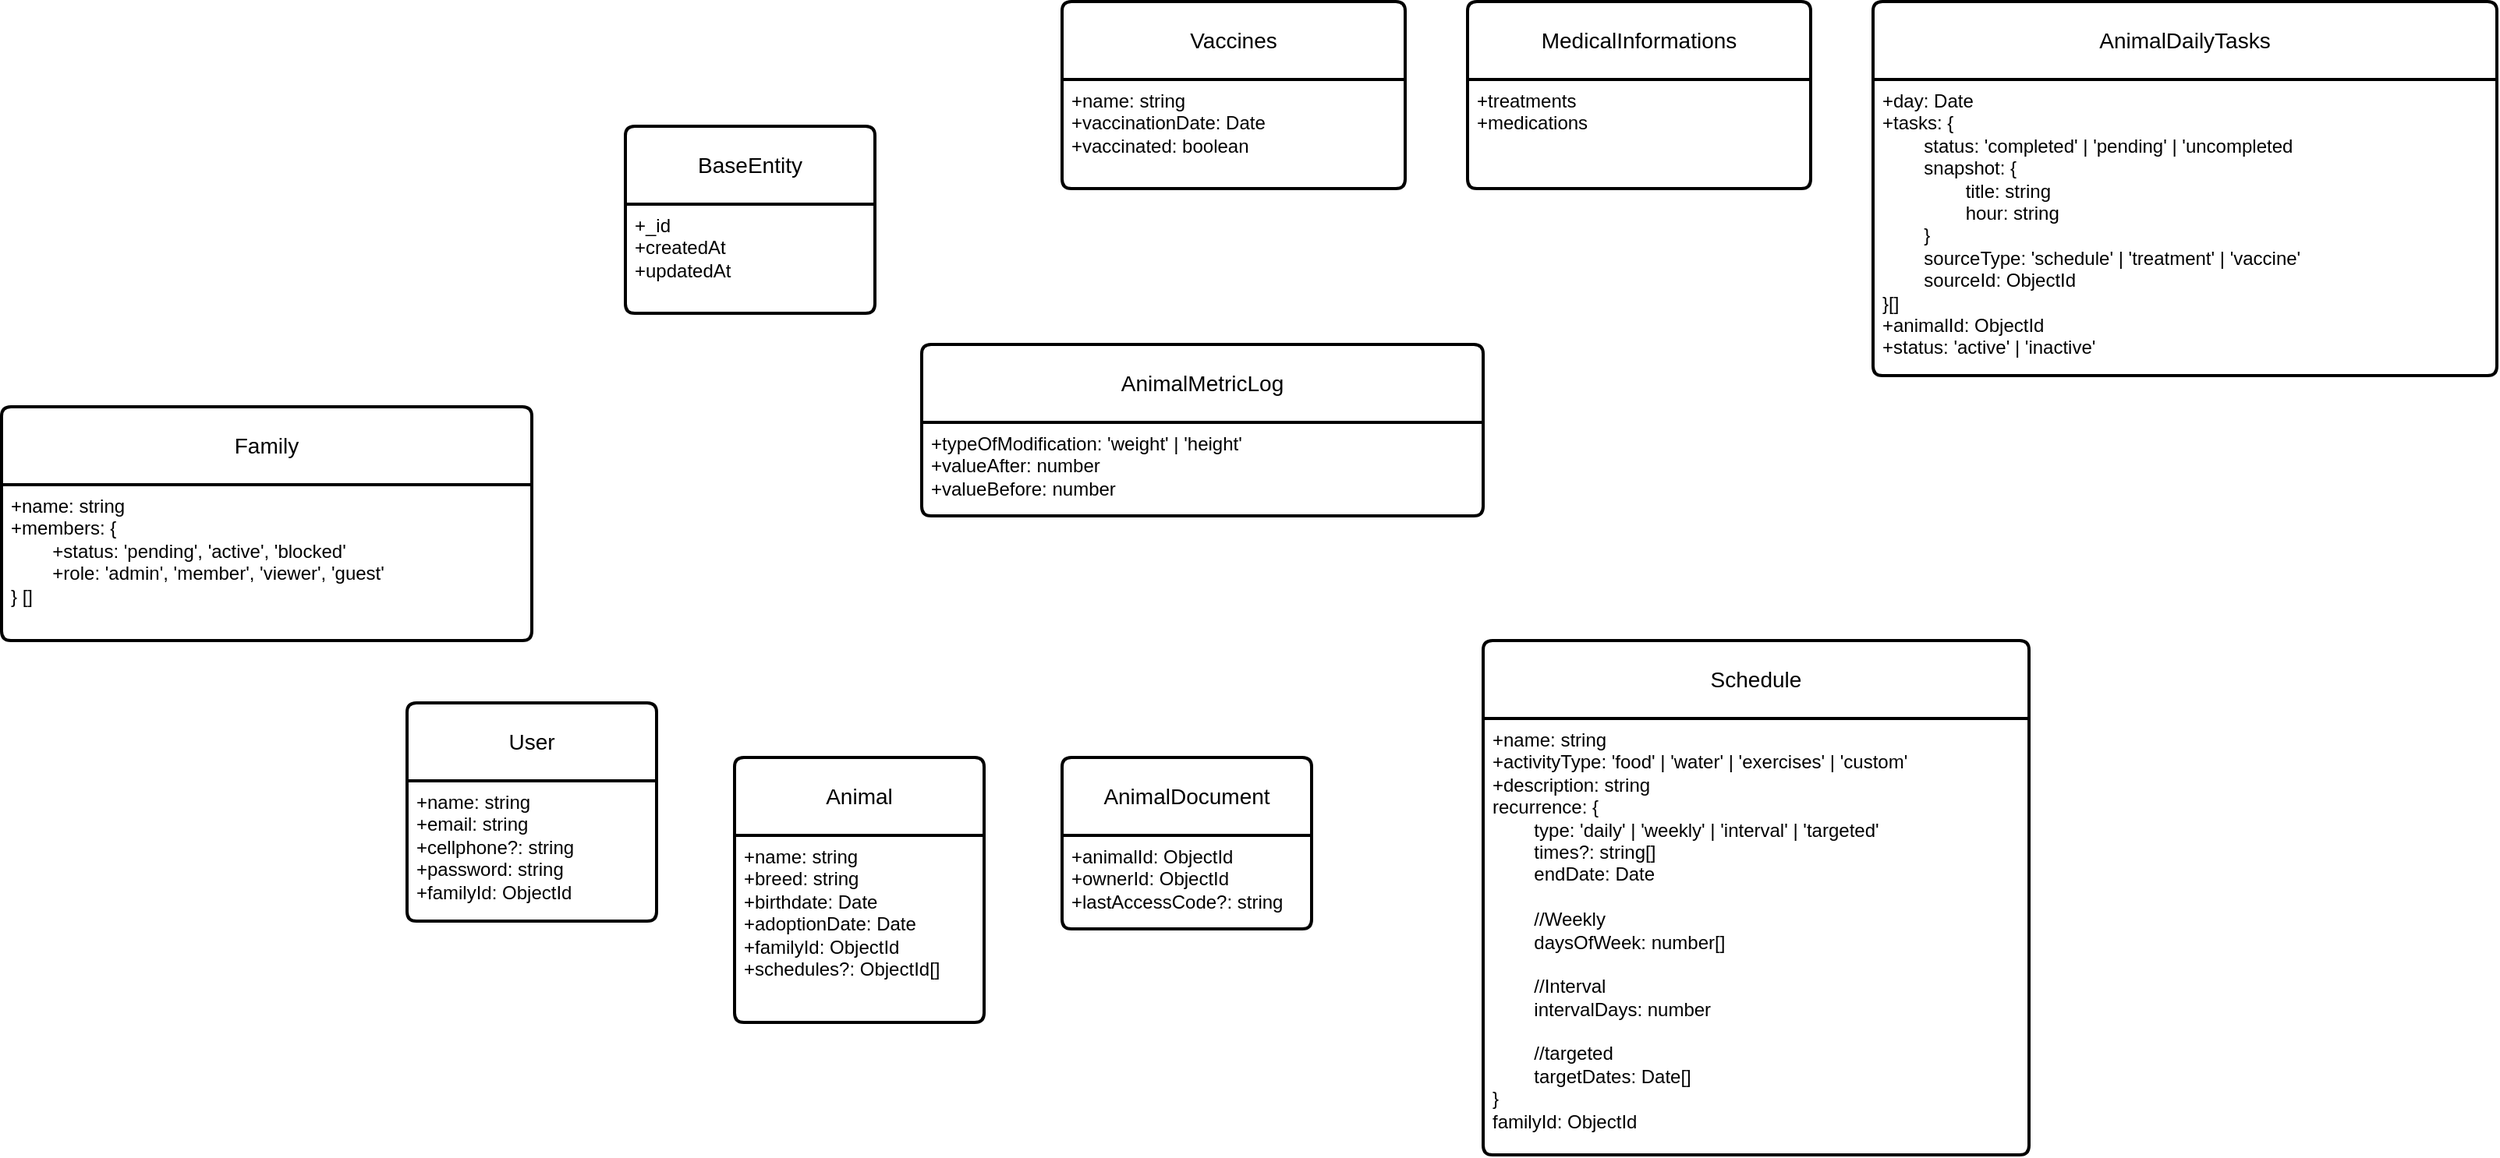
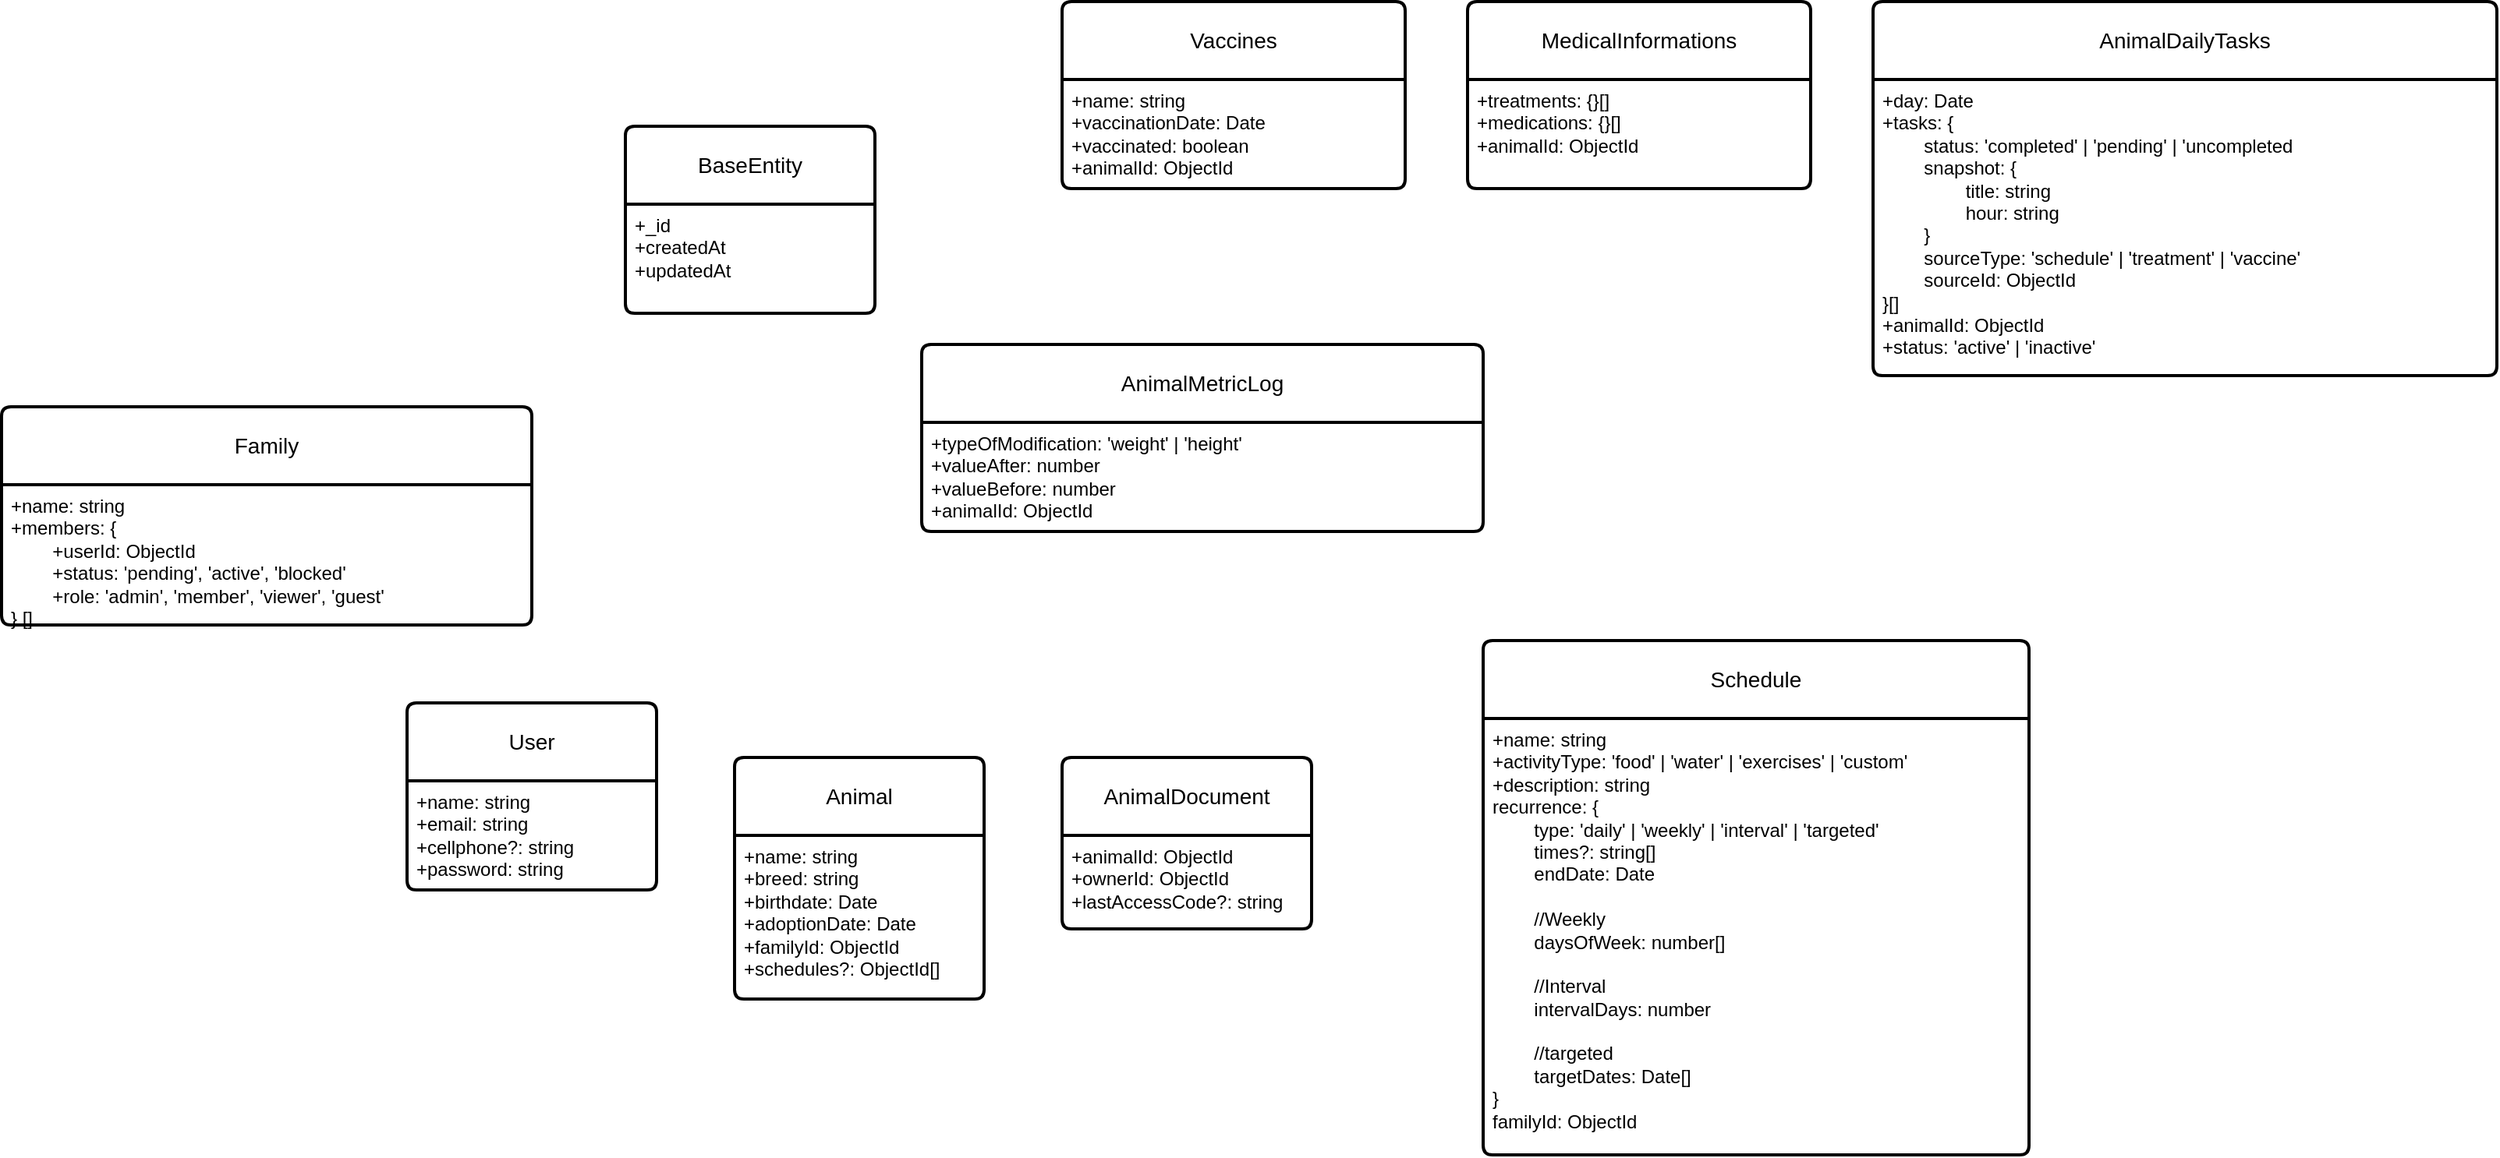
<mxfile host="app.diagrams.net">
  <diagram name="Página-1" id="UP7k713X2tn1_7i-ycOS">
-     <mxGraphModel dx="1486" dy="1508" grid="1" gridSize="10" guides="1" tooltips="1" connect="1" arrows="1" fold="1" page="1" pageScale="1" pageWidth="827" pageHeight="1169" math="0" shadow="0">
+     <mxGraphModel dx="2464" dy="2010" grid="1" gridSize="10" guides="1" tooltips="1" connect="1" arrows="1" fold="1" page="1" pageScale="1" pageWidth="827" pageHeight="1169" math="0" shadow="0">
      <root>
        <mxCell id="0" />
        <mxCell id="1" parent="0" />
        <mxCell id="do_SDq9r3reZLMD3S4qi-10" edge="1" parent="1" source="do_SDq9r3reZLMD3S4qi-7" style="edgeStyle=orthogonalEdgeStyle;rounded=0;orthogonalLoop=1;jettySize=auto;html=1;exitX=0.75;exitY=0;exitDx=0;exitDy=0;" target="do_SDq9r3reZLMD3S4qi-6">
          <mxGeometry relative="1" as="geometry" />
        </mxCell>
        <mxCell id="do_SDq9r3reZLMD3S4qi-2" parent="1" style="swimlane;childLayout=stackLayout;horizontal=1;startSize=50;horizontalStack=0;rounded=1;fontSize=14;fontStyle=0;strokeWidth=2;resizeParent=0;resizeLast=1;shadow=0;dashed=0;align=center;arcSize=4;whiteSpace=wrap;html=1;" value="User" vertex="1">
-           <mxGeometry height="140" width="160" x="160" y="210" as="geometry">
+           <mxGeometry height="120" width="160" x="160" y="210" as="geometry">
            <mxRectangle height="50" width="70" x="220" y="260" as="alternateBounds" />
          </mxGeometry>
        </mxCell>
-         <mxCell id="do_SDq9r3reZLMD3S4qi-3" parent="do_SDq9r3reZLMD3S4qi-2" style="align=left;strokeColor=none;fillColor=none;spacingLeft=4;spacingRight=4;fontSize=12;verticalAlign=top;resizable=0;rotatable=0;part=1;html=1;whiteSpace=wrap;" value="+name: string&lt;br&gt;+email: string&lt;div&gt;+cellphone?: string&lt;br&gt;+password: string&lt;div&gt;+familyId: ObjectId&lt;/div&gt;&lt;/div&gt;" vertex="1">
-           <mxGeometry height="90" width="160" y="50" as="geometry" />
+         <mxCell id="do_SDq9r3reZLMD3S4qi-3" parent="do_SDq9r3reZLMD3S4qi-2" style="align=left;strokeColor=none;fillColor=none;spacingLeft=4;spacingRight=4;fontSize=12;verticalAlign=top;resizable=0;rotatable=0;part=1;html=1;whiteSpace=wrap;" value="+name: string&lt;br&gt;+email: string&lt;div&gt;+cellphone?: string&lt;br&gt;+password: string&lt;/div&gt;" vertex="1">
+           <mxGeometry height="70" width="160" y="50" as="geometry" />
        </mxCell>
        <mxCell id="do_SDq9r3reZLMD3S4qi-4" parent="1" style="swimlane;childLayout=stackLayout;horizontal=1;startSize=50;horizontalStack=0;rounded=1;fontSize=14;fontStyle=0;strokeWidth=2;resizeParent=0;resizeLast=1;shadow=0;dashed=0;align=center;arcSize=4;whiteSpace=wrap;html=1;" value="Animal" vertex="1">
-           <mxGeometry height="170" width="160" x="370" y="245" as="geometry" />
+           <mxGeometry height="155" width="160" x="370" y="245" as="geometry" />
        </mxCell>
        <mxCell id="do_SDq9r3reZLMD3S4qi-5" parent="do_SDq9r3reZLMD3S4qi-4" style="align=left;strokeColor=none;fillColor=none;spacingLeft=4;spacingRight=4;fontSize=12;verticalAlign=top;resizable=0;rotatable=0;part=1;html=1;whiteSpace=wrap;" value="+name: string&lt;br&gt;+breed: string&lt;br&gt;+birthdate: Date&lt;div&gt;+adoptionDate: Date&lt;/div&gt;&lt;div&gt;+familyId: ObjectId&lt;/div&gt;&lt;div&gt;+schedules?: ObjectId[]&lt;br&gt;&lt;/div&gt;" vertex="1">
-           <mxGeometry height="120" width="160" y="50" as="geometry" />
+           <mxGeometry height="105" width="160" y="50" as="geometry" />
        </mxCell>
        <mxCell id="do_SDq9r3reZLMD3S4qi-6" parent="1" style="swimlane;childLayout=stackLayout;horizontal=1;startSize=50;horizontalStack=0;rounded=1;fontSize=14;fontStyle=0;strokeWidth=2;resizeParent=0;resizeLast=1;shadow=0;dashed=0;align=center;arcSize=4;whiteSpace=wrap;html=1;" value="BaseEntity" vertex="1">
          <mxGeometry height="120" width="160" x="300" y="-160" as="geometry" />
        </mxCell>
        <mxCell id="do_SDq9r3reZLMD3S4qi-7" parent="do_SDq9r3reZLMD3S4qi-6" style="align=left;strokeColor=none;fillColor=none;spacingLeft=4;spacingRight=4;fontSize=12;verticalAlign=top;resizable=0;rotatable=0;part=1;html=1;whiteSpace=wrap;" value="+_id&lt;br&gt;+createdAt&lt;br&gt;+updatedAt" vertex="1">
          <mxGeometry height="70" width="160" y="50" as="geometry" />
        </mxCell>
        <mxCell id="S2RuwkD74a4t5puW_1cQ-2" parent="1" style="swimlane;childLayout=stackLayout;horizontal=1;startSize=50;horizontalStack=0;rounded=1;fontSize=14;fontStyle=0;strokeWidth=2;resizeParent=0;resizeLast=1;shadow=0;dashed=0;align=center;arcSize=4;whiteSpace=wrap;html=1;" value="Family" vertex="1">
-           <mxGeometry height="150" width="340" x="-100" y="20" as="geometry" />
+           <mxGeometry height="140" width="340" x="-100" y="20" as="geometry" />
        </mxCell>
-         <mxCell id="S2RuwkD74a4t5puW_1cQ-3" parent="S2RuwkD74a4t5puW_1cQ-2" style="align=left;strokeColor=none;fillColor=none;spacingLeft=4;spacingRight=4;fontSize=12;verticalAlign=top;resizable=0;rotatable=0;part=1;html=1;whiteSpace=wrap;" value="&lt;div&gt;+name: string&lt;/div&gt;+members: {&lt;div&gt;&lt;span style=&quot;background-color: transparent; color: light-dark(rgb(0, 0, 0), rgb(255, 255, 255));&quot;&gt;&lt;span style=&quot;white-space: pre;&quot;&gt;&#x9;&lt;/span&gt;+status: &#39;pending&#39;, &#39;active&#39;, &#39;blocked&#39;&lt;/span&gt;&lt;br&gt;&lt;span style=&quot;white-space: pre;&quot;&gt;&#x9;&lt;/span&gt;+role: &#39;admin&#39;, &#39;member&#39;, &#39;viewer&#39;, &#39;guest&#39;&lt;br&gt;&lt;div&gt;&lt;span style=&quot;background-color: transparent; color: light-dark(rgb(0, 0, 0), rgb(255, 255, 255));&quot;&gt;} []&lt;/span&gt;&lt;/div&gt;&lt;div&gt;&lt;div&gt;&lt;br&gt;&lt;/div&gt;&lt;/div&gt;&lt;/div&gt;" vertex="1">
-           <mxGeometry height="100" width="340" y="50" as="geometry" />
+         <mxCell id="S2RuwkD74a4t5puW_1cQ-3" parent="S2RuwkD74a4t5puW_1cQ-2" style="align=left;strokeColor=none;fillColor=none;spacingLeft=4;spacingRight=4;fontSize=12;verticalAlign=top;resizable=0;rotatable=0;part=1;html=1;whiteSpace=wrap;" value="&lt;div&gt;+name: string&lt;/div&gt;+members: {&lt;div&gt;&lt;span style=&quot;white-space: pre;&quot;&gt;&#x9;&lt;/span&gt;+userId: ObjectId&lt;br&gt;&lt;div&gt;&lt;span style=&quot;background-color: transparent; color: light-dark(rgb(0, 0, 0), rgb(255, 255, 255));&quot;&gt;&lt;span style=&quot;white-space: pre;&quot;&gt;&#x9;&lt;/span&gt;+status: &#39;pending&#39;, &#39;active&#39;, &#39;blocked&#39;&lt;/span&gt;&lt;br&gt;&lt;span style=&quot;white-space: pre;&quot;&gt;&#x9;&lt;/span&gt;+role: &#39;admin&#39;, &#39;member&#39;, &#39;viewer&#39;, &#39;guest&#39;&lt;br&gt;&lt;div&gt;&lt;span style=&quot;background-color: transparent; color: light-dark(rgb(0, 0, 0), rgb(255, 255, 255));&quot;&gt;} []&lt;/span&gt;&lt;/div&gt;&lt;div&gt;&lt;div&gt;&lt;br&gt;&lt;/div&gt;&lt;/div&gt;&lt;/div&gt;&lt;/div&gt;" vertex="1">
+           <mxGeometry height="90" width="340" y="50" as="geometry" />
        </mxCell>
        <mxCell id="S2RuwkD74a4t5puW_1cQ-4" parent="1" style="swimlane;childLayout=stackLayout;horizontal=1;startSize=50;horizontalStack=0;rounded=1;fontSize=14;fontStyle=0;strokeWidth=2;resizeParent=0;resizeLast=1;shadow=0;dashed=0;align=center;arcSize=4;whiteSpace=wrap;html=1;" value="Schedule" vertex="1">
          <mxGeometry height="330" width="350" x="850" y="170" as="geometry" />
        </mxCell>
        <mxCell id="S2RuwkD74a4t5puW_1cQ-5" parent="S2RuwkD74a4t5puW_1cQ-4" style="align=left;strokeColor=none;fillColor=none;spacingLeft=4;spacingRight=4;fontSize=12;verticalAlign=top;resizable=0;rotatable=0;part=1;html=1;whiteSpace=wrap;" value="+name: string&lt;br&gt;+activityType: &#39;food&#39; | &#39;water&#39; | &#39;exercises&#39; | &#39;custom&#39;&lt;div&gt;&lt;div&gt;+description: string&lt;/div&gt;&lt;div&gt;recurrence: {&lt;/div&gt;&lt;/div&gt;&lt;div&gt;&lt;span style=&quot;white-space: pre;&quot;&gt;&#x9;t&lt;/span&gt;ype: &#39;daily&#39; | &#39;weekly&#39; | &#39;interval&#39; | &#39;targeted&#39;&lt;/div&gt;&lt;div&gt;&lt;span style=&quot;white-space: pre;&quot;&gt;&#x9;&lt;/span&gt;times?: string[]&lt;/div&gt;&lt;div&gt;&lt;span style=&quot;white-space: pre;&quot;&gt;&#x9;&lt;/span&gt;endDate: Date&lt;/div&gt;&lt;div&gt;&lt;br&gt;&lt;/div&gt;&lt;div&gt;&lt;span style=&quot;white-space: pre;&quot;&gt;&#x9;&lt;/span&gt;//Weekly&lt;br&gt;&lt;/div&gt;&lt;div&gt;&lt;span style=&quot;white-space: pre;&quot;&gt;&#x9;&lt;/span&gt;daysOfWeek: number[]&lt;br&gt;&lt;/div&gt;&lt;div&gt;&lt;br&gt;&lt;/div&gt;&lt;div&gt;&lt;span style=&quot;white-space: pre;&quot;&gt;&#x9;&lt;/span&gt;//Interval&lt;br&gt;&lt;/div&gt;&lt;div&gt;&lt;span style=&quot;white-space: pre;&quot;&gt;&#x9;&lt;/span&gt;intervalDays: number&lt;/div&gt;&lt;div&gt;&lt;br&gt;&lt;/div&gt;&lt;div&gt;&lt;span style=&quot;white-space: pre;&quot;&gt;&#x9;&lt;/span&gt;//targeted&lt;br&gt;&lt;/div&gt;&lt;div&gt;&lt;span style=&quot;white-space: pre;&quot;&gt;&#x9;&lt;/span&gt;targetDates: Date[]&lt;br&gt;&lt;/div&gt;&lt;div&gt;&lt;span style=&quot;background-color: transparent; color: light-dark(rgb(0, 0, 0), rgb(255, 255, 255));&quot;&gt;}&lt;/span&gt;&lt;/div&gt;&lt;div&gt;&lt;span style=&quot;background-color: transparent; color: light-dark(rgb(0, 0, 0), rgb(255, 255, 255));&quot;&gt;familyId: ObjectId&lt;/span&gt;&lt;/div&gt;" vertex="1">
          <mxGeometry height="280" width="350" y="50" as="geometry" />
        </mxCell>
        <mxCell id="S2RuwkD74a4t5puW_1cQ-12" parent="1" style="swimlane;childLayout=stackLayout;horizontal=1;startSize=50;horizontalStack=0;rounded=1;fontSize=14;fontStyle=0;strokeWidth=2;resizeParent=0;resizeLast=1;shadow=0;dashed=0;align=center;arcSize=4;whiteSpace=wrap;html=1;" value="AnimalMetricLog" vertex="1">
-           <mxGeometry height="110" width="360" x="490" y="-20" as="geometry" />
+           <mxGeometry height="120" width="360" x="490" y="-20" as="geometry" />
        </mxCell>
-         <mxCell id="S2RuwkD74a4t5puW_1cQ-13" parent="S2RuwkD74a4t5puW_1cQ-12" style="align=left;strokeColor=none;fillColor=none;spacingLeft=4;spacingRight=4;fontSize=12;verticalAlign=top;resizable=0;rotatable=0;part=1;html=1;whiteSpace=wrap;" value="+typeOfModification: &#39;weight&#39; | &#39;height&#39;&lt;br&gt;+valueAfter: number&lt;br&gt;&lt;div&gt;+valueBefore: number&lt;/div&gt;&lt;div&gt;&lt;div&gt;&lt;br&gt;&lt;/div&gt;&lt;/div&gt;" vertex="1">
-           <mxGeometry height="60" width="360" y="50" as="geometry" />
+         <mxCell id="S2RuwkD74a4t5puW_1cQ-13" parent="S2RuwkD74a4t5puW_1cQ-12" style="align=left;strokeColor=none;fillColor=none;spacingLeft=4;spacingRight=4;fontSize=12;verticalAlign=top;resizable=0;rotatable=0;part=1;html=1;whiteSpace=wrap;" value="+typeOfModification: &#39;weight&#39; | &#39;height&#39;&lt;br&gt;+valueAfter: number&lt;br&gt;&lt;div&gt;+valueBefore: number&lt;/div&gt;&lt;div&gt;+animalId: ObjectId&lt;/div&gt;&lt;div&gt;&lt;div&gt;&lt;br&gt;&lt;/div&gt;&lt;/div&gt;" vertex="1">
+           <mxGeometry height="70" width="360" y="50" as="geometry" />
        </mxCell>
        <mxCell id="S2RuwkD74a4t5puW_1cQ-15" parent="1" style="swimlane;childLayout=stackLayout;horizontal=1;startSize=50;horizontalStack=0;rounded=1;fontSize=14;fontStyle=0;strokeWidth=2;resizeParent=0;resizeLast=1;shadow=0;dashed=0;align=center;arcSize=4;whiteSpace=wrap;html=1;" value="AnimalDocument" vertex="1">
          <mxGeometry height="110" width="160" x="580" y="245" as="geometry" />
        </mxCell>
        <mxCell id="S2RuwkD74a4t5puW_1cQ-16" parent="S2RuwkD74a4t5puW_1cQ-15" style="align=left;strokeColor=none;fillColor=none;spacingLeft=4;spacingRight=4;fontSize=12;verticalAlign=top;resizable=0;rotatable=0;part=1;html=1;whiteSpace=wrap;" value="+animalId: ObjectId&lt;br&gt;+ownerId: ObjectId&lt;br&gt;+lastAccessCode?: string" vertex="1">
          <mxGeometry height="60" width="160" y="50" as="geometry" />
        </mxCell>
        <mxCell id="S2RuwkD74a4t5puW_1cQ-18" parent="1" style="swimlane;childLayout=stackLayout;horizontal=1;startSize=50;horizontalStack=0;rounded=1;fontSize=14;fontStyle=0;strokeWidth=2;resizeParent=0;resizeLast=1;shadow=0;dashed=0;align=center;arcSize=4;whiteSpace=wrap;html=1;" value="Vaccines" vertex="1">
          <mxGeometry height="120" width="220" x="580" y="-240" as="geometry" />
        </mxCell>
-         <mxCell id="S2RuwkD74a4t5puW_1cQ-19" parent="S2RuwkD74a4t5puW_1cQ-18" style="align=left;strokeColor=none;fillColor=none;spacingLeft=4;spacingRight=4;fontSize=12;verticalAlign=top;resizable=0;rotatable=0;part=1;html=1;whiteSpace=wrap;" value="+name: string&lt;br&gt;+vaccinationDate: Date&lt;div&gt;+vaccinated: boolean&lt;/div&gt;" vertex="1">
+         <mxCell id="S2RuwkD74a4t5puW_1cQ-19" parent="S2RuwkD74a4t5puW_1cQ-18" style="align=left;strokeColor=none;fillColor=none;spacingLeft=4;spacingRight=4;fontSize=12;verticalAlign=top;resizable=0;rotatable=0;part=1;html=1;whiteSpace=wrap;" value="+name: string&lt;br&gt;+vaccinationDate: Date&lt;div&gt;+vaccinated: boolean&lt;/div&gt;&lt;div&gt;+animalId: ObjectId&lt;/div&gt;" vertex="1">
          <mxGeometry height="70" width="220" y="50" as="geometry" />
        </mxCell>
        <mxCell id="S2RuwkD74a4t5puW_1cQ-20" parent="1" style="swimlane;childLayout=stackLayout;horizontal=1;startSize=50;horizontalStack=0;rounded=1;fontSize=14;fontStyle=0;strokeWidth=2;resizeParent=0;resizeLast=1;shadow=0;dashed=0;align=center;arcSize=4;whiteSpace=wrap;html=1;" value="MedicalInformations" vertex="1">
          <mxGeometry height="120" width="220" x="840" y="-240" as="geometry" />
        </mxCell>
-         <mxCell id="S2RuwkD74a4t5puW_1cQ-21" parent="S2RuwkD74a4t5puW_1cQ-20" style="align=left;strokeColor=none;fillColor=none;spacingLeft=4;spacingRight=4;fontSize=12;verticalAlign=top;resizable=0;rotatable=0;part=1;html=1;whiteSpace=wrap;" value="+treatments&lt;div&gt;+medications&lt;/div&gt;" vertex="1">
+         <mxCell id="S2RuwkD74a4t5puW_1cQ-21" parent="S2RuwkD74a4t5puW_1cQ-20" style="align=left;strokeColor=none;fillColor=none;spacingLeft=4;spacingRight=4;fontSize=12;verticalAlign=top;resizable=0;rotatable=0;part=1;html=1;whiteSpace=wrap;" value="+treatments: {}[]&lt;div&gt;+medications: {}[]&lt;/div&gt;&lt;div&gt;+animalId: ObjectId&lt;/div&gt;" vertex="1">
          <mxGeometry height="70" width="220" y="50" as="geometry" />
        </mxCell>
        <mxCell id="S2RuwkD74a4t5puW_1cQ-22" parent="1" style="swimlane;childLayout=stackLayout;horizontal=1;startSize=50;horizontalStack=0;rounded=1;fontSize=14;fontStyle=0;strokeWidth=2;resizeParent=0;resizeLast=1;shadow=0;dashed=0;align=center;arcSize=4;whiteSpace=wrap;html=1;" value="AnimalDailyTasks" vertex="1">
          <mxGeometry height="240" width="400" x="1100" y="-240" as="geometry" />
        </mxCell>
        <mxCell id="S2RuwkD74a4t5puW_1cQ-23" parent="S2RuwkD74a4t5puW_1cQ-22" style="align=left;strokeColor=none;fillColor=none;spacingLeft=4;spacingRight=4;fontSize=12;verticalAlign=top;resizable=0;rotatable=0;part=1;html=1;whiteSpace=wrap;" value="+day: Date&lt;div&gt;+tasks: {&lt;/div&gt;&lt;div&gt;&lt;span style=&quot;background-color: transparent; color: light-dark(rgb(0, 0, 0), rgb(255, 255, 255)); white-space: pre;&quot;&gt;&#x9;&lt;/span&gt;&lt;span style=&quot;background-color: transparent; color: light-dark(rgb(0, 0, 0), rgb(255, 255, 255));&quot;&gt;status: &#39;completed&#39; | &#39;pending&#39; | &#39;uncompleted&lt;/span&gt;&lt;/div&gt;&lt;span style=&quot;background-color: transparent; color: light-dark(rgb(0, 0, 0), rgb(255, 255, 255)); white-space: pre;&quot;&gt;&#x9;snapshot: {&lt;/span&gt;&lt;br&gt;&lt;span style=&quot;background-color: transparent; color: light-dark(rgb(0, 0, 0), rgb(255, 255, 255)); white-space: pre;&quot;&gt;&#x9;&lt;/span&gt;&lt;span style=&quot;background-color: transparent; color: light-dark(rgb(0, 0, 0), rgb(255, 255, 255)); white-space: pre;&quot;&gt;&#x9;&lt;/span&gt;&lt;span style=&quot;background-color: transparent; color: light-dark(rgb(0, 0, 0), rgb(255, 255, 255));&quot;&gt;title: string&lt;/span&gt;&lt;br&gt;&lt;span style=&quot;background-color: transparent; color: light-dark(rgb(0, 0, 0), rgb(255, 255, 255)); white-space: pre;&quot;&gt;&#x9;&lt;/span&gt;&lt;span style=&quot;background-color: transparent; color: light-dark(rgb(0, 0, 0), rgb(255, 255, 255)); white-space: pre;&quot;&gt;&#x9;&lt;/span&gt;&lt;span style=&quot;background-color: transparent; color: light-dark(rgb(0, 0, 0), rgb(255, 255, 255));&quot;&gt;hour: string&lt;/span&gt;&lt;br&gt;&lt;span style=&quot;background-color: transparent; color: light-dark(rgb(0, 0, 0), rgb(255, 255, 255)); white-space: pre;&quot;&gt;&#x9;}&lt;/span&gt;&lt;br&gt;&lt;span style=&quot;background-color: transparent; color: light-dark(rgb(0, 0, 0), rgb(255, 255, 255)); white-space: pre;&quot;&gt;&#x9;&lt;/span&gt;&lt;span style=&quot;background-color: transparent; color: light-dark(rgb(0, 0, 0), rgb(255, 255, 255));&quot;&gt;sourceType: &#39;schedule&#39; | &#39;treatment&#39; | &#39;vaccine&#39;&lt;/span&gt;&lt;br&gt;&lt;div&gt;&lt;span style=&quot;white-space: pre;&quot;&gt;&#x9;&lt;/span&gt;sourceId: ObjectId&lt;/div&gt;&lt;div&gt;}[]&lt;br&gt;&lt;/div&gt;&lt;div&gt;+animalId: ObjectId&lt;/div&gt;&lt;div&gt;+status: &#39;active&#39; | &#39;inactive&#39;&lt;/div&gt;" vertex="1">
          <mxGeometry height="190" width="400" y="50" as="geometry" />
        </mxCell>
      </root>
    </mxGraphModel>
  </diagram>
</mxfile>
